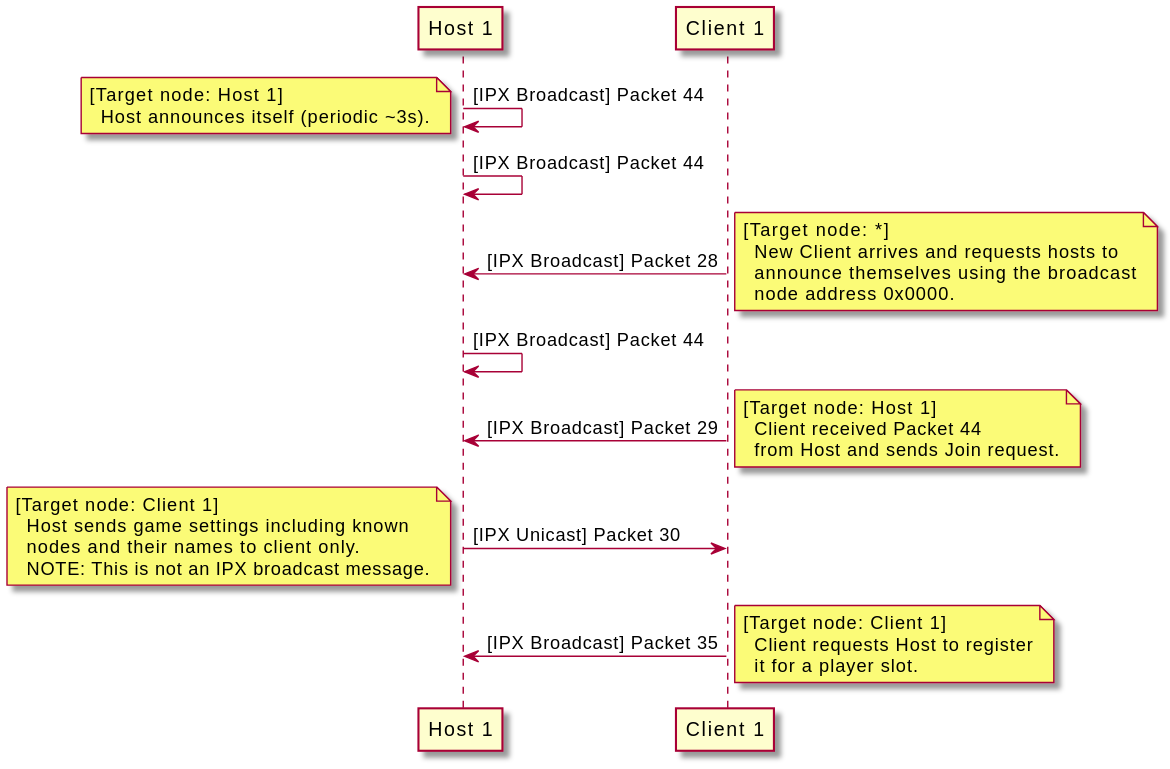
Earlier version of the PlantUML export assets/images/protocol_basic_join.svg (klei1984/max).
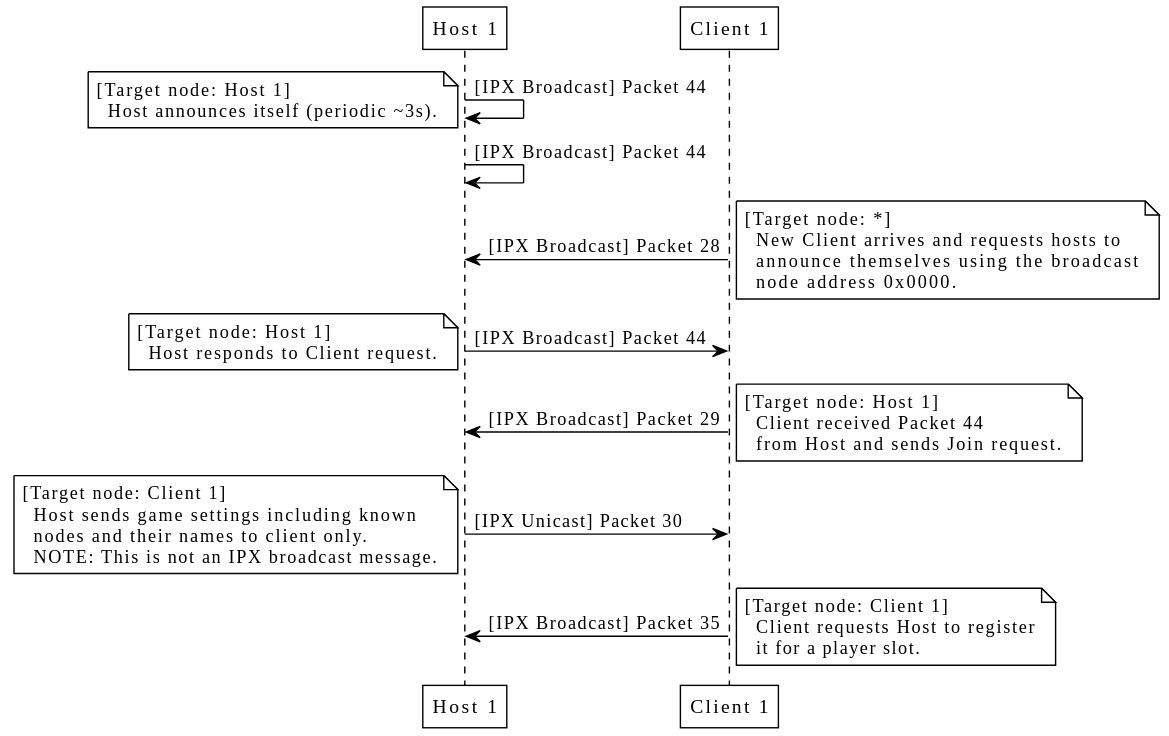
After the commit.

The edit, as a diff of the source:
```diff
@@ -1,4 +1,5 @@
 @startuml
+!theme plain
 participant "Host 1" as H1
 participant "Client 1" as C1
 
@@ -16,7 +17,11 @@
   announce themselves using the broadcast
   node address 0x0000.
 end note
-H1 -> H1 : [IPX Broadcast] Packet 44
+H1 -> C1 : [IPX Broadcast] Packet 44
+note left
+[Target node: Host 1]
+  Host responds to Client request.
+end note
 C1 -> H1 : [IPX Broadcast] Packet 29
 note right
 [Target node: Host 1]
```
